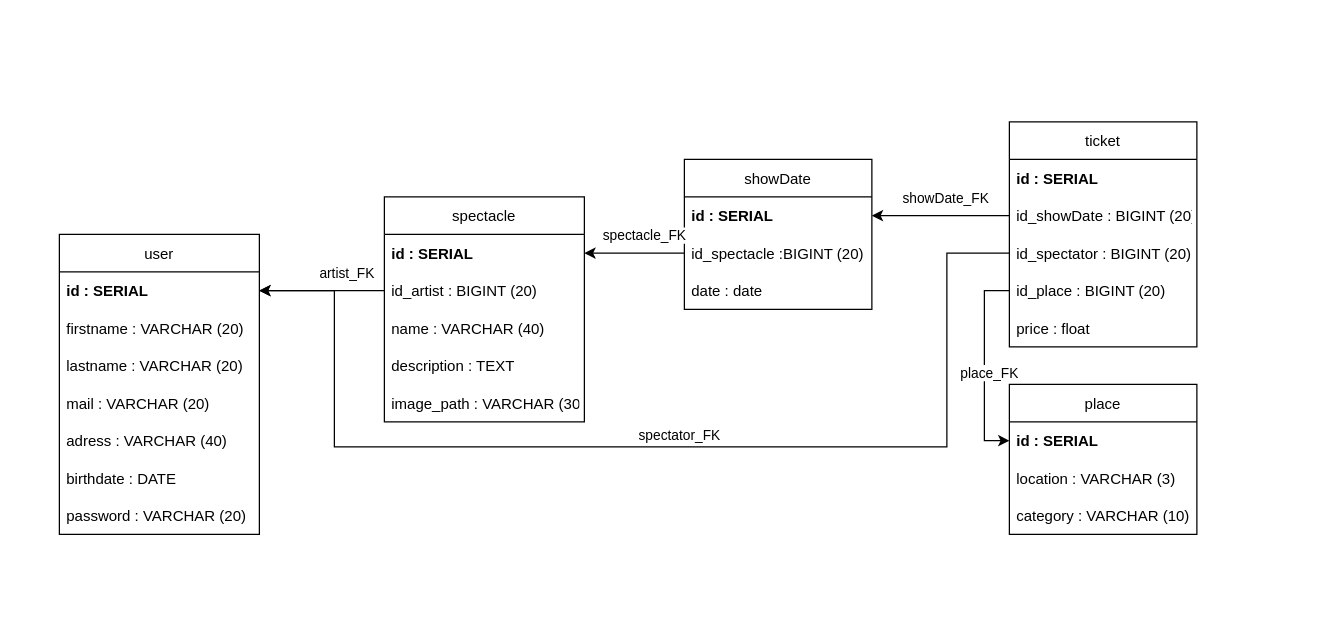
Before: page "BDD" (7 of 7) of analyse/analyse.drawio in baptisteRiviere/SpectacleHallManagement, a draw.io diagram. Source tidied: cells renumbered, new cells numbered last; positions are measured from the earlier drawing's top-left corner, leaving out a move shared by most shapes. Both pictures are drawn from the tidied source at 125%, with x=0, y=0 at pixel (59, 121).
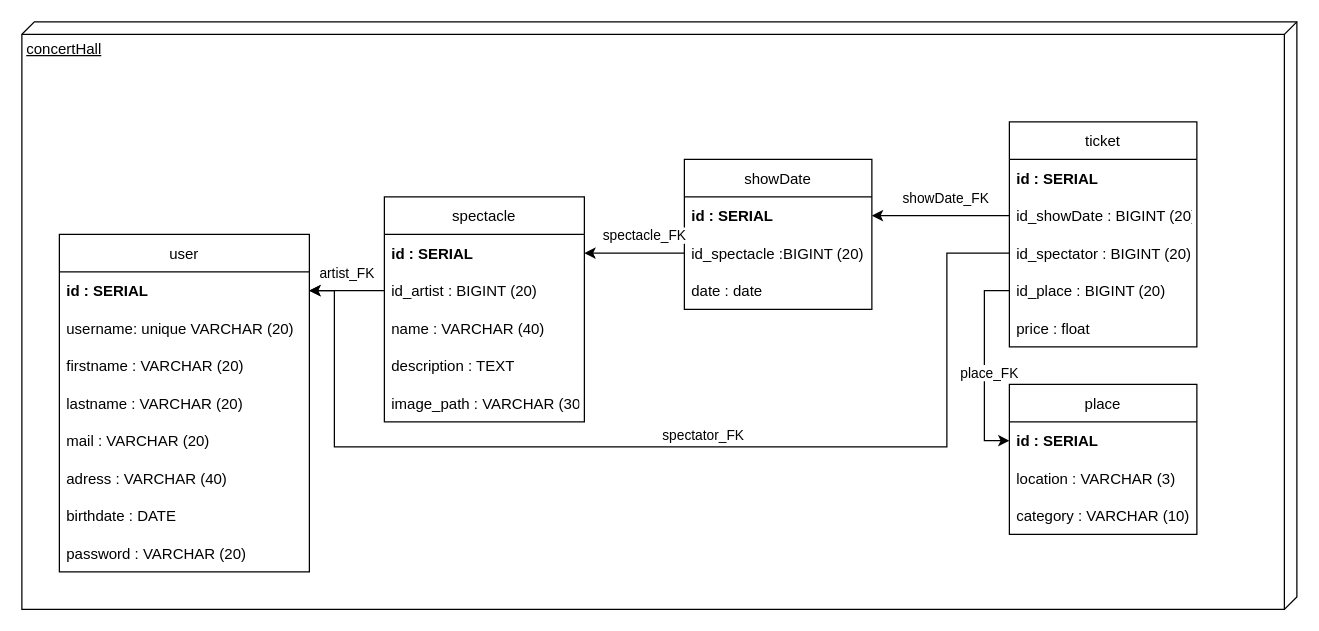
After the change.

Unchanged cells that the change refers to:
```xml
<mxCell id="26" style="edgeStyle=orthogonalEdgeStyle;rounded=0;jettySize=auto;html=1;" parent="1" edge="1" source="12" target="3">
  <mxGeometry relative="1" as="geometry" />
</mxCell>
```

Change to the diagram source:
```diff
@@
+    <mxCell id="40" value="concertHall" style="verticalAlign=top;align=left;spacingTop=8;spacingLeft=2;spacingRight=12;shape=cube;size=10;direction=south;fontStyle=4;html=1;" parent="1" vertex="1">
+      <mxGeometry x="-30" y="-80" width="1020" height="470" as="geometry" />
+    </mxCell>
     <mxCell id="2" value="user" style="swimlane;fontStyle=0;horizontal=1;startSize=30;" parent="1" vertex="1">
-      <mxGeometry y="90" width="160" height="240" as="geometry" />
+      <mxGeometry y="90" width="200" height="270" as="geometry" />
     </mxCell>
     <mxCell id="3" value="id : SERIAL" style="text;strokeColor=none;fillColor=none;align=left;verticalAlign=middle;spacingLeft=4;spacingRight=4;overflow=hidden;points=[[0,0.5],[1,0.5]];portConstraint=eastwest;fontStyle=1;" parent="2" vertex="1">
-      <mxGeometry y="30" width="160" height="30" as="geometry" />
+      <mxGeometry y="30" width="200" height="30" as="geometry" />
     </mxCell>
+    <mxCell id="41" value="username: unique VARCHAR (20)" style="text;strokeColor=none;fillColor=none;align=left;verticalAlign=middle;spacingLeft=4;spacingRight=4;overflow=hidden;" parent="2" vertex="1">
+      <mxGeometry y="60" width="200" height="30" as="geometry" />
+    </mxCell>
     <mxCell id="4" value="firstname : VARCHAR (20)" style="text;strokeColor=none;fillColor=none;align=left;verticalAlign=middle;spacingLeft=4;spacingRight=4;overflow=hidden;" parent="2" vertex="1">
-      <mxGeometry y="60" width="160" height="30" as="geometry" />
+      <mxGeometry y="90" width="200" height="30" as="geometry" />
     </mxCell>
     <mxCell id="5" value="lastname : VARCHAR (20)" style="text;strokeColor=none;fillColor=none;align=left;verticalAlign=middle;spacingLeft=4;spacingRight=4;overflow=hidden;" parent="2" vertex="1">
-      <mxGeometry y="90" width="160" height="30" as="geometry" />
+      <mxGeometry y="120" width="200" height="30" as="geometry" />
     </mxCell>
     <mxCell id="6" value="mail : VARCHAR (20)" style="text;strokeColor=none;fillColor=none;align=left;verticalAlign=middle;spacingLeft=4;spacingRight=4;overflow=hidden;" parent="2" vertex="1">
-      <mxGeometry y="120" width="160" height="30" as="geometry" />
+      <mxGeometry y="150" width="200" height="30" as="geometry" />
     </mxCell>
     <mxCell id="7" value="adress : VARCHAR (40)" style="text;strokeColor=none;fillColor=none;align=left;verticalAlign=middle;spacingLeft=4;spacingRight=4;overflow=hidden;" parent="2" vertex="1">
-      <mxGeometry y="150" width="160" height="30" as="geometry" />
+      <mxGeometry y="180" width="200" height="30" as="geometry" />
     </mxCell>
     <mxCell id="8" value="birthdate : DATE" style="text;strokeColor=none;fillColor=none;align=left;verticalAlign=middle;spacingLeft=4;spacingRight=4;overflow=hidden;" parent="2" vertex="1">
-      <mxGeometry y="180" width="160" height="30" as="geometry" />
+      <mxGeometry y="210" width="200" height="30" as="geometry" />
     </mxCell>
     <mxCell id="9" value="password : VARCHAR (20)" style="text;strokeColor=none;fillColor=none;align=left;verticalAlign=middle;spacingLeft=4;spacingRight=4;overflow=hidden;" parent="2" vertex="1">
-      <mxGeometry y="210" width="160" height="30" as="geometry" />
+      <mxGeometry y="240" width="200" height="30" as="geometry" />
     </mxCell>
@@
     <mxCell id="27" value="artist_FK" style="edgeLabel;html=1;align=center;verticalAlign=middle;" parent="26" vertex="1">
       <mxGeometry x="0.25" y="-1" relative="1" as="geometry">
-        <mxPoint x="32" y="-14" as="offset" />
+        <mxPoint x="7" y="-14" as="offset" />
       </mxGeometry>
     </mxCell>
```
